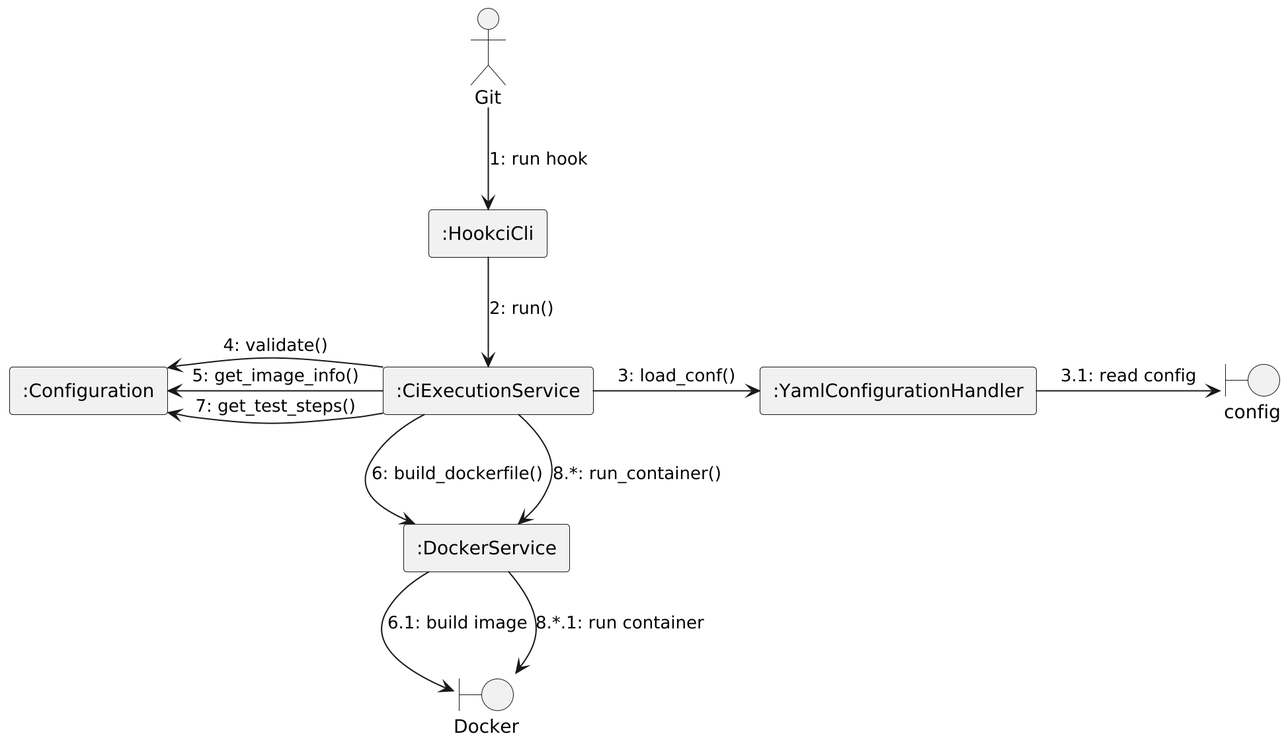
Before: Artefatos/diagrams/communication/hook.png, a diagram exported from PlantUML (h3nc4/tmp).
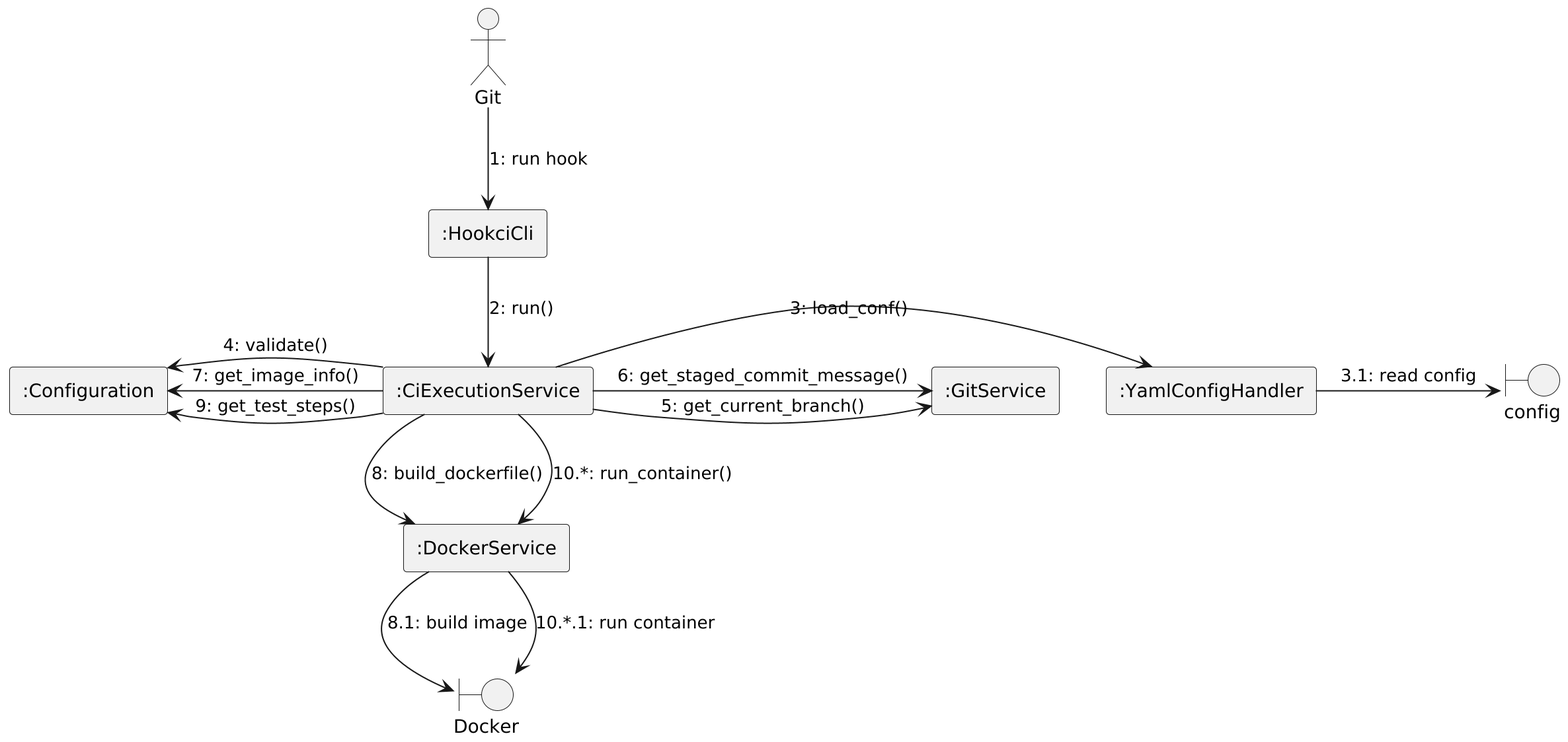
Above is the later version.

The edit, as a diff of the source:
```diff
@@ -6,8 +6,9 @@
 actor "Git" as GitSystem
 rectangle ":HookciCli" as CLI
 rectangle ":CiExecutionService" as App
-rectangle ":YamlConfigurationHandler" as CfgHandler
+rectangle ":YamlConfigHandler" as CfgHandler
 rectangle ":Configuration" as Config
+rectangle ":GitService" as GitSvc
 rectangle ":DockerService" as DockerSvc
 boundary "config" as ConfigFile
 boundary "Docker" as DockerSystem
@@ -17,10 +18,12 @@
 App -right-> CfgHandler: 3: load_conf()
 CfgHandler -right-> ConfigFile: 3.1: read config
 App -left-> Config: 4: validate()
-App -left-> Config: 5: get_image_info()
-App -down-> DockerSvc: 6: build_dockerfile()
-DockerSvc -down-> DockerSystem: 6.1: build image
-App -left-> Config: 7: get_test_steps()
-App -down-> DockerSvc: 8.*: run_container()
-DockerSvc -down-> DockerSystem: 8.*.1: run container
+App -> GitSvc: 5: get_current_branch()
+App -> GitSvc: 6: get_staged_commit_message()
+App -left-> Config: 7: get_image_info()
+App -down-> DockerSvc: 8: build_dockerfile()
+DockerSvc -down-> DockerSystem: 8.1: build image
+App -left-> Config: 9: get_test_steps()
+App -down-> DockerSvc: 10.*: run_container()
+DockerSvc -down-> DockerSystem: 10.*.1: run container
 @enduml
```
